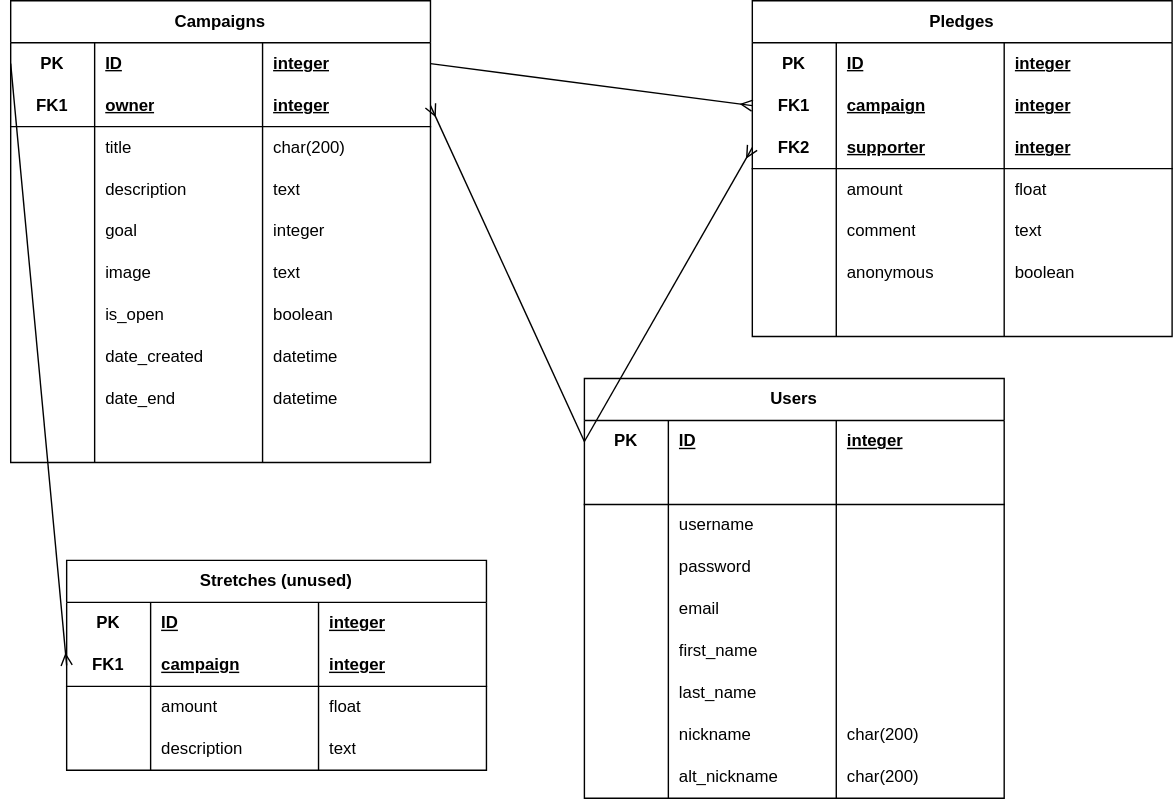
Before: database.drawio.svg, a diagram exported from draw.io (gudetamago/crowdfunding_backend). Source tidied: cells renumbered, new cells last; positions are measured from the earlier drawing's top-left corner, leaving out a move shared by most shapes.
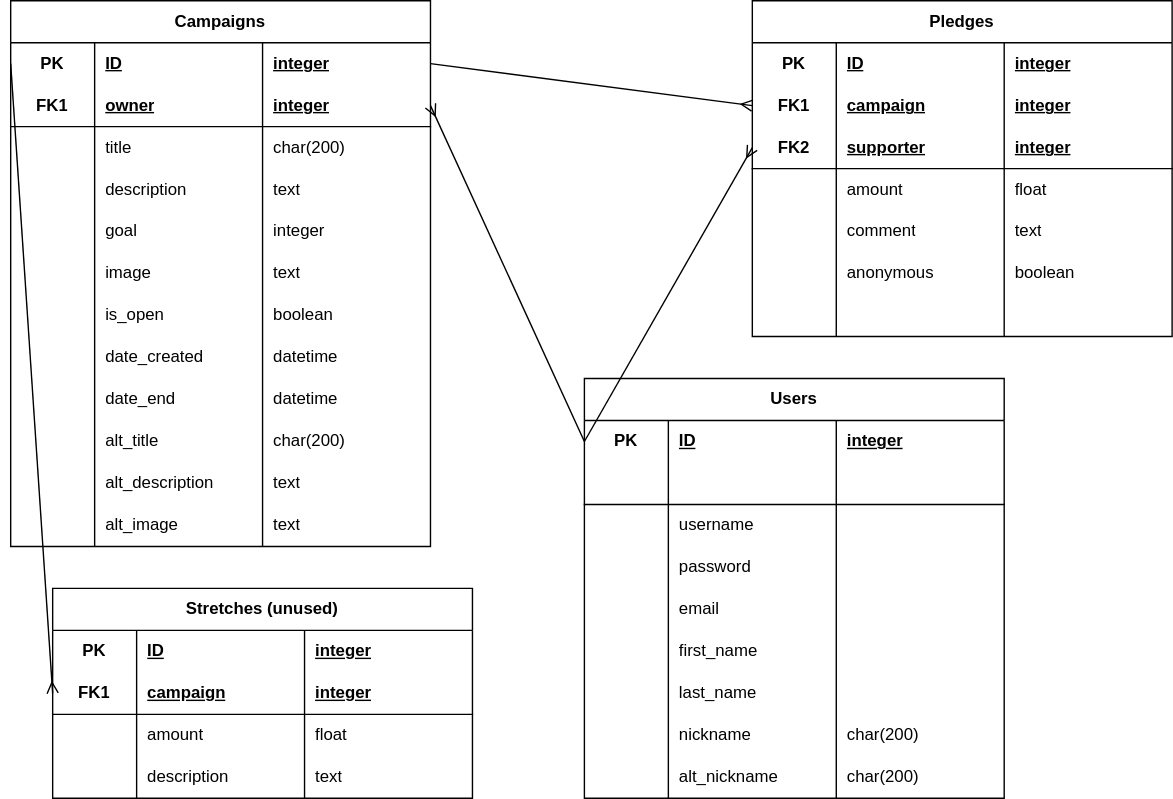
The same file after the commit.

What changed in the source:
```diff
@@ -3,7 +3,7 @@
     <mxCell id="0" />
     <mxCell id="1" parent="0" />
     <mxCell id="2" value="Campaigns" style="shape=table;startSize=30;rowLines=0;fontStyle=1;align=center;html=1;whiteSpace=wrap;" parent="1" vertex="1">
-      <mxGeometry width="300" height="330" as="geometry" />
+      <mxGeometry width="300" height="390" as="geometry" />
     </mxCell>
     <mxCell id="3" style="shape=tableRow;horizontal=0;startSize=0;swimlaneHead=0;swimlaneBody=0;fillColor=none;points=[[0,0.5],[1,0.5]];portConstraint=eastwest;top=0;left=0;right=0;bottom=0;html=1;" parent="2" vertex="1">
       <mxGeometry y="30" width="300" height="30" as="geometry" />
@@ -119,12 +119,36 @@
     <mxCell id="40" style="shape=partialRectangle;fillColor=none;top=0;left=0;bottom=0;right=0;overflow=hidden;html=1;whiteSpace=wrap;" parent="39" vertex="1">
       <mxGeometry width="60" height="30" as="geometry" />
     </mxCell>
-    <mxCell id="41" style="shape=partialRectangle;fillColor=none;top=0;left=0;bottom=0;right=0;align=left;spacingLeft=6;overflow=hidden;html=1;whiteSpace=wrap;" parent="39" vertex="1">
+    <mxCell id="41" value="alt_title" style="shape=partialRectangle;fillColor=none;top=0;left=0;bottom=0;right=0;align=left;spacingLeft=6;overflow=hidden;html=1;whiteSpace=wrap;" parent="39" vertex="1">
       <mxGeometry x="60" width="120" height="30" as="geometry" />
     </mxCell>
-    <mxCell id="42" style="shape=partialRectangle;fillColor=none;top=0;left=0;bottom=0;right=0;align=left;spacingLeft=6;overflow=hidden;html=1;whiteSpace=wrap;" parent="39" vertex="1">
+    <mxCell id="42" value="char(200)" style="shape=partialRectangle;fillColor=none;top=0;left=0;bottom=0;right=0;align=left;spacingLeft=6;overflow=hidden;html=1;whiteSpace=wrap;" parent="39" vertex="1">
       <mxGeometry x="180" width="120" height="30" as="geometry" />
     </mxCell>
+    <mxCell id="130" style="shape=tableRow;horizontal=0;startSize=0;swimlaneHead=0;swimlaneBody=0;fillColor=none;top=0;left=0;right=0;bottom=0;html=1;" parent="2" vertex="1">
+      <mxGeometry y="330" width="300" height="30" as="geometry" />
+    </mxCell>
+    <mxCell id="131" style="shape=partialRectangle;fillColor=none;top=0;left=0;bottom=0;right=0;overflow=hidden;html=1;whiteSpace=wrap;" parent="130" vertex="1">
+      <mxGeometry width="60" height="30" as="geometry" />
+    </mxCell>
+    <mxCell id="132" value="alt_description" style="shape=partialRectangle;fillColor=none;top=0;left=0;bottom=0;right=0;align=left;spacingLeft=6;overflow=hidden;html=1;whiteSpace=wrap;" parent="130" vertex="1">
+      <mxGeometry x="60" width="120" height="30" as="geometry" />
+    </mxCell>
+    <mxCell id="133" value="text" style="shape=partialRectangle;fillColor=none;top=0;left=0;bottom=0;right=0;align=left;spacingLeft=6;overflow=hidden;html=1;whiteSpace=wrap;" parent="130" vertex="1">
+      <mxGeometry x="180" width="120" height="30" as="geometry" />
+    </mxCell>
+    <mxCell id="134" style="shape=tableRow;horizontal=0;startSize=0;swimlaneHead=0;swimlaneBody=0;fillColor=none;top=0;left=0;right=0;bottom=0;html=1;" parent="2" vertex="1">
+      <mxGeometry y="360" width="300" height="30" as="geometry" />
+    </mxCell>
+    <mxCell id="135" style="shape=partialRectangle;fillColor=none;top=0;left=0;bottom=0;right=0;overflow=hidden;html=1;whiteSpace=wrap;" parent="134" vertex="1">
+      <mxGeometry width="60" height="30" as="geometry" />
+    </mxCell>
+    <mxCell id="136" value="alt_image" style="shape=partialRectangle;fillColor=none;top=0;left=0;bottom=0;right=0;align=left;spacingLeft=6;overflow=hidden;html=1;whiteSpace=wrap;" parent="134" vertex="1">
+      <mxGeometry x="60" width="120" height="30" as="geometry" />
+    </mxCell>
+    <mxCell id="137" value="text" style="shape=partialRectangle;fillColor=none;top=0;left=0;bottom=0;right=0;align=left;spacingLeft=6;overflow=hidden;html=1;whiteSpace=wrap;" parent="134" vertex="1">
+      <mxGeometry x="180" width="120" height="30" as="geometry" />
+    </mxCell>
     <mxCell id="43" value="Pledges" style="shape=table;startSize=30;rowLines=0;fontStyle=1;align=center;html=1;whiteSpace=wrap;" parent="1" vertex="1">
       <mxGeometry x="530" width="300" height="240" as="geometry" />
     </mxCell>
@@ -333,7 +357,7 @@
       <mxGeometry relative="1" as="geometry" />
     </mxCell>
     <mxCell id="112" value="Stretches (unused)" style="shape=table;startSize=30;rowLines=0;fontStyle=1;align=center;html=1;whiteSpace=wrap;" parent="1" vertex="1">
-      <mxGeometry x="40" y="400" width="300" height="150" as="geometry" />
+      <mxGeometry x="30" y="420" width="300" height="150" as="geometry" />
     </mxCell>
     <mxCell id="113" style="shape=tableRow;horizontal=0;startSize=0;swimlaneHead=0;swimlaneBody=0;fillColor=none;top=0;left=0;right=0;bottom=0;html=1;" parent="112" vertex="1">
       <mxGeometry y="30" width="300" height="30" as="geometry" />
```
